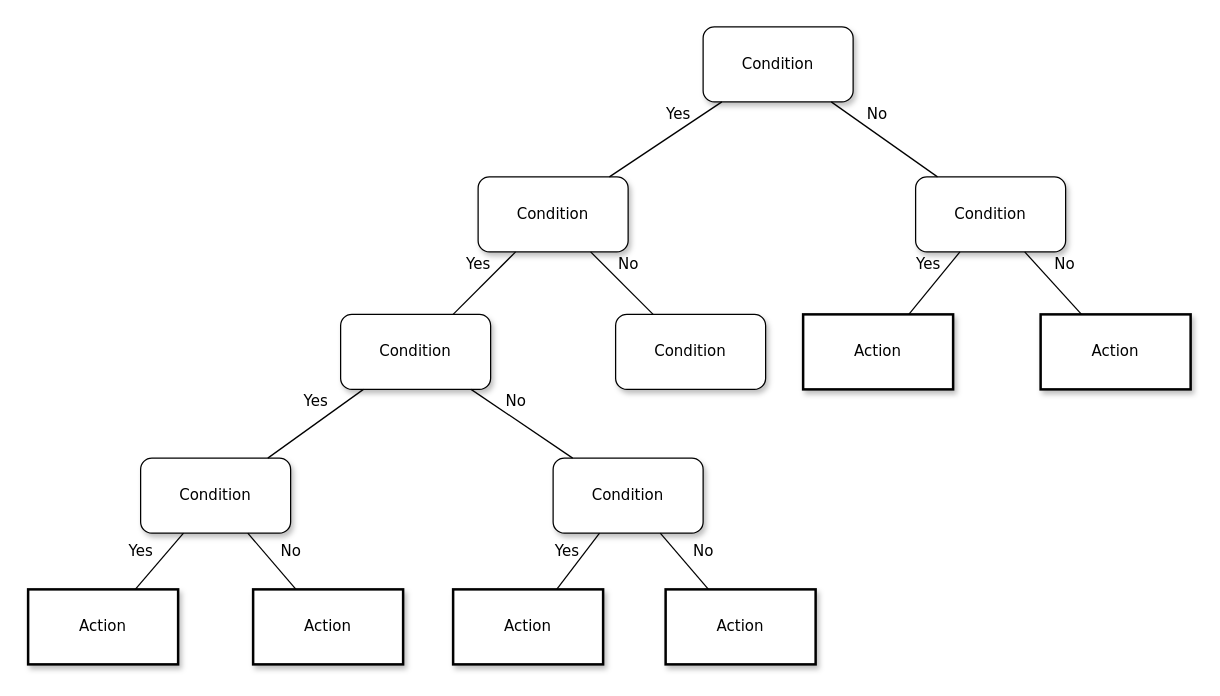
Earlier version of the draw.io diagram decisiontreeexample.drawio (becker-max/baa-structures). Source tidied: cells renumbered, new cells numbered last; positions are measured from the earlier drawing's top-left corner, leaving out a move shared by most shapes. Both pictures are drawn from the tidied source at 125%, with x=0, y=0 at pixel (28, 26).
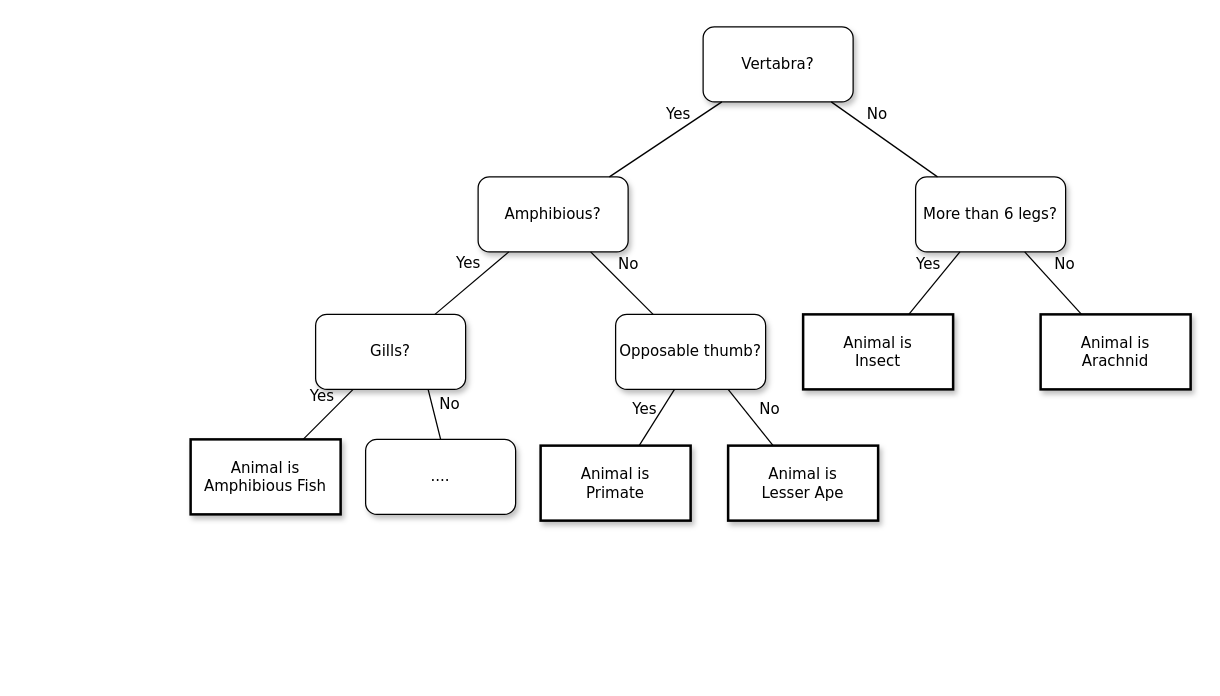
Above is the later version.

Change to the diagram source:
```diff
@@
-    <mxCell id="2" value="Condition" style="whiteSpace=wrap;html=1;rounded=1;shadow=1;labelBackgroundColor=none;strokeWidth=1;fontFamily=Verdana;fontSize=12;align=center;" parent="1" vertex="1">
+    <mxCell id="2" value="Vertabra?" style="whiteSpace=wrap;html=1;rounded=1;shadow=1;labelBackgroundColor=none;strokeWidth=1;fontFamily=Verdana;fontSize=12;align=center;" parent="1" vertex="1">
       <mxGeometry x="540" width="120" height="60" as="geometry" />
     </mxCell>
-    <mxCell id="3" value="&lt;span&gt;Condition&lt;/span&gt;" style="whiteSpace=wrap;html=1;rounded=1;shadow=1;labelBackgroundColor=none;strokeWidth=1;fontFamily=Verdana;fontSize=12;align=center;" parent="1" vertex="1">
+    <mxCell id="3" value="Amphibious?" style="whiteSpace=wrap;html=1;rounded=1;shadow=1;labelBackgroundColor=none;strokeWidth=1;fontFamily=Verdana;fontSize=12;align=center;" parent="1" vertex="1">
       <mxGeometry x="360" y="120" width="120" height="60" as="geometry" />
     </mxCell>
-    <mxCell id="4" value="&lt;span&gt;Condition&lt;/span&gt;" style="whiteSpace=wrap;html=1;rounded=1;shadow=1;labelBackgroundColor=none;strokeWidth=1;fontFamily=Verdana;fontSize=12;align=center;" parent="1" vertex="1">
+    <mxCell id="4" value="More than 6 legs?" style="whiteSpace=wrap;html=1;rounded=1;shadow=1;labelBackgroundColor=none;strokeWidth=1;fontFamily=Verdana;fontSize=12;align=center;" parent="1" vertex="1">
       <mxGeometry x="710" y="120" width="120" height="60" as="geometry" />
     </mxCell>
@@
-    <mxCell id="7" value="&lt;span&gt;Condition&lt;/span&gt;" style="whiteSpace=wrap;html=1;rounded=1;shadow=1;labelBackgroundColor=none;strokeWidth=1;fontFamily=Verdana;fontSize=12;align=center;" parent="1" vertex="1">
-      <mxGeometry x="250" y="230" width="120" height="60" as="geometry" />
+    <mxCell id="7" value="Gills?" style="whiteSpace=wrap;html=1;rounded=1;shadow=1;labelBackgroundColor=none;strokeWidth=1;fontFamily=Verdana;fontSize=12;align=center;" parent="1" vertex="1">
+      <mxGeometry x="230" y="230" width="120" height="60" as="geometry" />
     </mxCell>
-    <mxCell id="8" value="&lt;span&gt;Condition&lt;/span&gt;" style="whiteSpace=wrap;html=1;rounded=1;shadow=1;labelBackgroundColor=none;strokeWidth=1;fontFamily=Verdana;fontSize=12;align=center;" parent="1" vertex="1">
+    <mxCell id="8" value="Opposable thumb?" style="whiteSpace=wrap;html=1;rounded=1;shadow=1;labelBackgroundColor=none;strokeWidth=1;fontFamily=Verdana;fontSize=12;align=center;" parent="1" vertex="1">
       <mxGeometry x="470" y="230" width="120" height="60" as="geometry" />
     </mxCell>
-    <mxCell id="9" value="&lt;span&gt;Action&lt;/span&gt;" style="whiteSpace=wrap;html=1;rounded=0;shadow=1;labelBackgroundColor=none;strokeWidth=2;fontFamily=Verdana;fontSize=12;align=center;" parent="1" vertex="1">
+    <mxCell id="9" value="&lt;div&gt;Animal is&lt;/div&gt;&lt;div&gt;Insect&lt;/div&gt;" style="whiteSpace=wrap;html=1;rounded=0;shadow=1;labelBackgroundColor=none;strokeWidth=2;fontFamily=Verdana;fontSize=12;align=center;" parent="1" vertex="1">
       <mxGeometry x="620" y="230" width="120" height="60" as="geometry" />
     </mxCell>
-    <mxCell id="10" value="&lt;span&gt;Action&lt;/span&gt;" style="whiteSpace=wrap;html=1;rounded=0;shadow=1;labelBackgroundColor=none;strokeWidth=2;fontFamily=Verdana;fontSize=12;align=center;" parent="1" vertex="1">
+    <mxCell id="10" value="&lt;div&gt;&lt;span&gt;Animal is&lt;/span&gt;&lt;/div&gt;&lt;div&gt;&lt;span&gt;Arachnid&lt;br&gt;&lt;/span&gt;&lt;/div&gt;" style="whiteSpace=wrap;html=1;rounded=0;shadow=1;labelBackgroundColor=none;strokeWidth=2;fontFamily=Verdana;fontSize=12;align=center;" parent="1" vertex="1">
       <mxGeometry x="810" y="230" width="120" height="60" as="geometry" />
     </mxCell>
-    <mxCell id="11" value="&lt;span&gt;Condition&lt;/span&gt;" style="whiteSpace=wrap;html=1;rounded=1;shadow=1;labelBackgroundColor=none;strokeWidth=1;fontFamily=Verdana;fontSize=12;align=center;" parent="1" vertex="1">
-      <mxGeometry x="90" y="345" width="120" height="60" as="geometry" />
-    </mxCell>
-    <mxCell id="12" value="&lt;span&gt;Condition&lt;/span&gt;" style="whiteSpace=wrap;html=1;rounded=1;shadow=1;labelBackgroundColor=none;strokeWidth=1;fontFamily=Verdana;fontSize=12;align=center;" parent="1" vertex="1">
-      <mxGeometry x="420" y="345" width="120" height="60" as="geometry" />
-    </mxCell>
@@
-    <mxCell id="17" value="Yes" style="rounded=0;html=1;labelBackgroundColor=none;startArrow=none;startFill=0;startSize=5;endArrow=none;endFill=0;endSize=5;jettySize=auto;strokeWidth=1;fontFamily=Verdana;fontSize=12;" parent="1" edge="1" source="7" target="11">
+    <mxCell id="17" value="Yes" style="rounded=0;html=1;labelBackgroundColor=none;startArrow=none;startFill=0;startSize=5;endArrow=none;endFill=0;endSize=5;jettySize=auto;strokeWidth=1;fontFamily=Verdana;fontSize=12;entryX=0.75;entryY=0;entryDx=0;entryDy=0;" parent="1" edge="1" source="7" target="19">
       <mxGeometry x="-0.22" y="-14" relative="1" as="geometry" />
     </mxCell>
-    <mxCell id="18" value="No" style="rounded=0;html=1;labelBackgroundColor=none;startArrow=none;startFill=0;startSize=5;endArrow=none;endFill=0;endSize=5;jettySize=auto;strokeWidth=1;fontFamily=Verdana;fontSize=12;" parent="1" edge="1" source="7" target="12">
-      <mxGeometry x="-0.28" y="12" relative="1" as="geometry" />
-    </mxCell>
-    <mxCell id="19" value="Action" style="whiteSpace=wrap;html=1;rounded=0;shadow=1;labelBackgroundColor=none;strokeWidth=2;fontFamily=Verdana;fontSize=12;align=center;" parent="1" vertex="1">
-      <mxGeometry y="450" width="120" height="60" as="geometry" />
+    <mxCell id="19" value="&lt;div&gt;Animal is&lt;/div&gt;&lt;div&gt;Amphibious Fish&lt;/div&gt;" style="whiteSpace=wrap;html=1;rounded=0;shadow=1;labelBackgroundColor=none;strokeWidth=2;fontFamily=Verdana;fontSize=12;align=center;" parent="1" vertex="1">
+      <mxGeometry x="130" y="330" width="120" height="60" as="geometry" />
     </mxCell>
-    <mxCell id="20" value="&lt;span&gt;Action&lt;/span&gt;" style="whiteSpace=wrap;html=1;rounded=0;shadow=1;labelBackgroundColor=none;strokeWidth=2;fontFamily=Verdana;fontSize=12;align=center;" parent="1" vertex="1">
-      <mxGeometry x="180" y="450" width="120" height="60" as="geometry" />
-    </mxCell>
-    <mxCell id="21" value="&lt;span&gt;Action&lt;/span&gt;" style="whiteSpace=wrap;html=1;rounded=0;shadow=1;labelBackgroundColor=none;strokeWidth=2;fontFamily=Verdana;fontSize=12;align=center;" parent="1" vertex="1">
-      <mxGeometry x="340" y="450" width="120" height="60" as="geometry" />
+    <mxCell id="21" value="&lt;div&gt;Animal is&lt;/div&gt;&lt;div&gt;Primate&lt;/div&gt;" style="whiteSpace=wrap;html=1;rounded=0;shadow=1;labelBackgroundColor=none;strokeWidth=2;fontFamily=Verdana;fontSize=12;align=center;" parent="1" vertex="1">
+      <mxGeometry x="410" y="335" width="120" height="60" as="geometry" />
     </mxCell>
-    <mxCell id="22" value="&lt;span&gt;Action&lt;/span&gt;" style="whiteSpace=wrap;html=1;rounded=0;shadow=1;labelBackgroundColor=none;strokeWidth=2;fontFamily=Verdana;fontSize=12;align=center;" parent="1" vertex="1">
-      <mxGeometry x="510" y="450" width="120" height="60" as="geometry" />
+    <mxCell id="22" value="&lt;div&gt;Animal is&lt;/div&gt;&lt;div&gt;Lesser Ape&lt;br&gt;&lt;/div&gt;" style="whiteSpace=wrap;html=1;rounded=0;shadow=1;labelBackgroundColor=none;strokeWidth=2;fontFamily=Verdana;fontSize=12;align=center;" parent="1" vertex="1">
+      <mxGeometry x="560" y="335" width="120" height="60" as="geometry" />
     </mxCell>
-    <mxCell id="23" value="Yes" style="rounded=0;html=1;labelBackgroundColor=none;startArrow=none;startFill=0;startSize=5;endArrow=none;endFill=0;endSize=5;jettySize=auto;strokeWidth=1;fontFamily=Verdana;fontSize=12;" parent="1" edge="1" source="11" target="19">
-      <mxGeometry x="0.14" y="-16" relative="1" as="geometry" />
-    </mxCell>
-    <mxCell id="24" value="No" style="rounded=0;html=1;labelBackgroundColor=none;startArrow=none;startFill=0;startSize=5;endArrow=none;endFill=0;endSize=5;jettySize=auto;strokeWidth=1;fontFamily=Verdana;fontSize=12;" parent="1" edge="1" source="11" target="20">
-      <mxGeometry x="0.14" y="16" relative="1" as="geometry" />
-    </mxCell>
-    <mxCell id="25" value="Yes" style="rounded=0;html=1;labelBackgroundColor=none;startArrow=none;startFill=0;startSize=5;endArrow=none;endFill=0;endSize=5;jettySize=auto;strokeWidth=1;fontFamily=Verdana;fontSize=12;" parent="1" edge="1" source="12" target="21">
-      <mxGeometry y="-12" relative="1" as="geometry" />
+    <mxCell id="25" value="Yes" style="rounded=0;html=1;labelBackgroundColor=none;startArrow=none;startFill=0;startSize=5;endArrow=none;endFill=0;endSize=5;jettySize=auto;strokeWidth=1;fontFamily=Verdana;fontSize=12;" parent="1" edge="1" target="21">
+      <mxGeometry y="-12" relative="1" as="geometry">
+        <mxPoint x="517.1" y="290" as="sourcePoint" />
+      </mxGeometry>
     </mxCell>
-    <mxCell id="26" value="No" style="rounded=0;html=1;labelBackgroundColor=none;startArrow=none;startFill=0;startSize=5;endArrow=none;endFill=0;endSize=5;jettySize=auto;strokeWidth=1;fontFamily=Verdana;fontSize=12;" parent="1" edge="1" source="12" target="22">
-      <mxGeometry x="0.14" y="16" relative="1" as="geometry" />
+    <mxCell id="26" value="No" style="rounded=0;html=1;labelBackgroundColor=none;startArrow=none;startFill=0;startSize=5;endArrow=none;endFill=0;endSize=5;jettySize=auto;strokeWidth=1;fontFamily=Verdana;fontSize=12;" parent="1" edge="1" target="22">
+      <mxGeometry x="0.14" y="16" relative="1" as="geometry">
+        <mxPoint x="560" y="290" as="sourcePoint" />
+      </mxGeometry>
     </mxCell>
+    <mxCell id="27" value="...." style="whiteSpace=wrap;html=1;rounded=1;shadow=1;labelBackgroundColor=none;strokeWidth=1;fontFamily=Verdana;fontSize=12;align=center;" parent="1" vertex="1">
+      <mxGeometry x="270" y="330" width="120" height="60" as="geometry" />
+    </mxCell>
+    <mxCell id="28" value="No" style="rounded=0;html=1;labelBackgroundColor=none;startArrow=none;startFill=0;startSize=5;endArrow=none;endFill=0;endSize=5;jettySize=auto;strokeWidth=1;fontFamily=Verdana;fontSize=12;exitX=0.75;exitY=1;exitDx=0;exitDy=0;entryX=0.5;entryY=0;entryDx=0;entryDy=0;" parent="1" edge="1" source="7" target="27">
+      <mxGeometry x="-0.2" y="14" relative="1" as="geometry" />
+    </mxCell>
```
